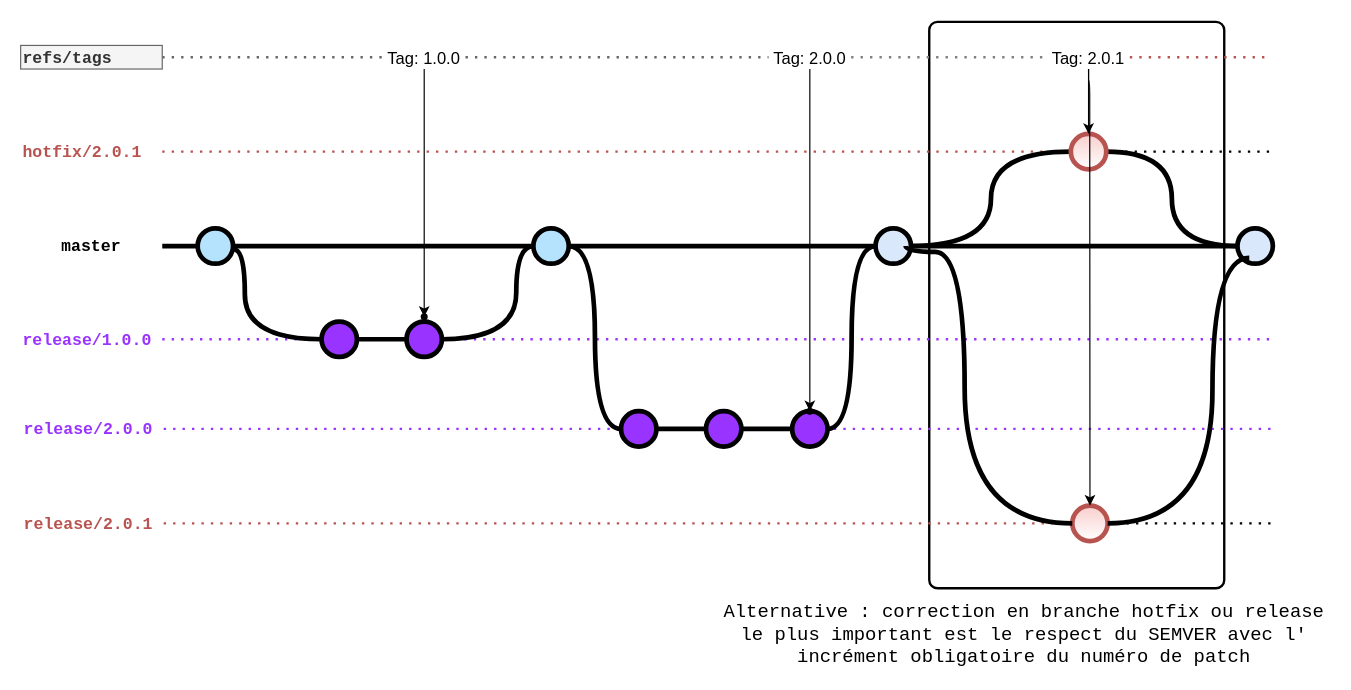
Before: page "GIT - flow CASHMGMT" (4 of 4) of cashmgmt.drawio in jmrablat/diagrams, a draw.io diagram. Source tidied: cells renumbered, new cells numbered last; positions are measured from the earlier drawing's top-left corner, leaving out a move shared by most shapes. Both pictures are drawn from the tidied source at 118%, with x=0, y=0 at pixel (20, 21).
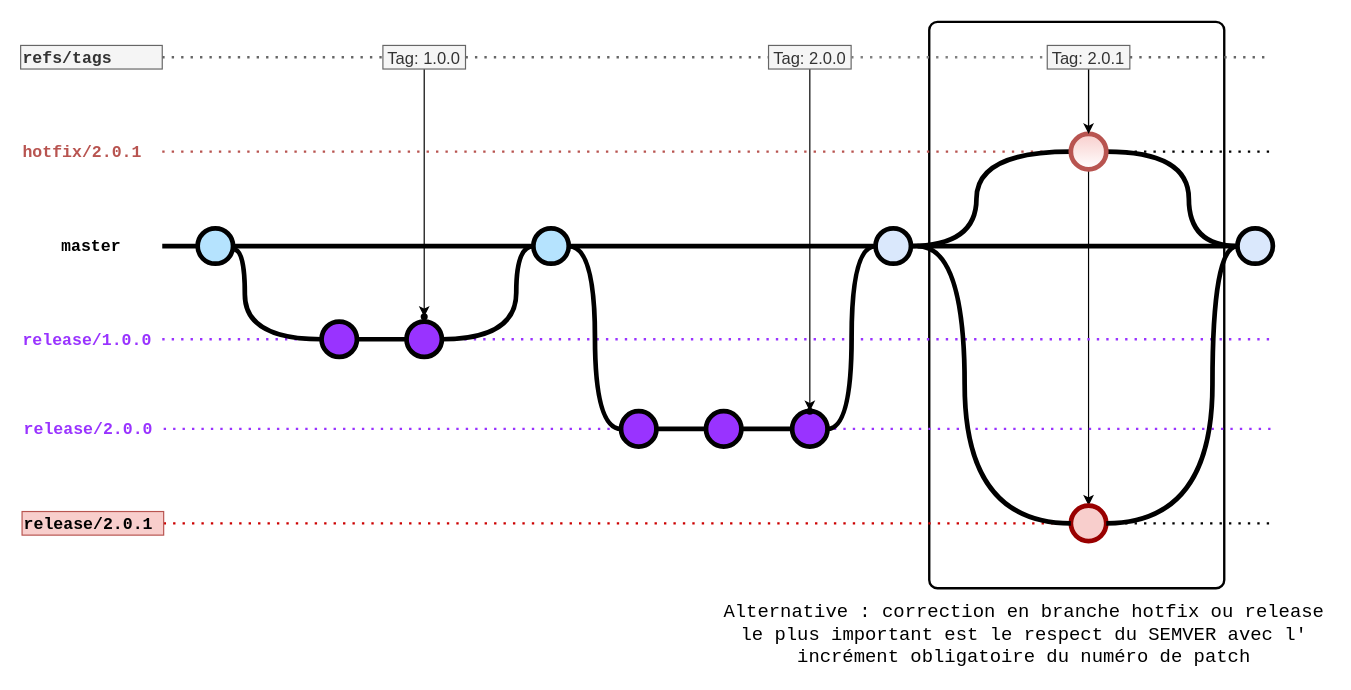
The same page after the edit.

Commit message:
amélioration ergonomique

The change refers to these unchanged cells:
```xml
<mxCell id="10" style="verticalLabelPosition=bottom;verticalAlign=top;html=1;strokeWidth=4;shape=mxgraph.flowchart.on-page_reference;plain-blue;gradientColor=none;strokeColor=#000000;" parent="1" vertex="1">
  <mxGeometry x="724.5" y="175" width="30" height="30" as="geometry" />
</mxCell>
<mxCell id="12" style="verticalLabelPosition=bottom;verticalAlign=top;html=1;strokeWidth=4;shape=mxgraph.flowchart.on-page_reference;plain-blue;gradientColor=none;strokeColor=#000000;" parent="1" vertex="1">
  <mxGeometry x="1031.2" y="175" width="30" height="30" as="geometry" />
</mxCell>
<mxCell id="26" style="verticalLabelPosition=bottom;verticalAlign=top;html=1;strokeWidth=4;shape=mxgraph.flowchart.on-page_reference;plain-blue;gradientColor=#ffffff;strokeColor=#B85450;fillColor=#F8CECC;" parent="1" vertex="1">
  <mxGeometry x="890" y="95" width="30" height="30" as="geometry" />
</mxCell>
```

Change to the diagram source:
```diff
@@
+    <mxCell id="52" style="edgeStyle=orthogonalEdgeStyle;curved=1;rounded=0;jettySize=auto;html=1;exitX=0.5;exitY=1;exitDx=0;exitDy=0;entryX=0.5;entryY=0;entryDx=0;entryDy=0;entryPerimeter=0;" parent="1" edge="1" source="42" target="50">
+      <mxGeometry relative="1" as="geometry">
+        <Array as="points">
+          <mxPoint x="905" y="390" />
+          <mxPoint x="905" y="390" />
+        </Array>
+      </mxGeometry>
+    </mxCell>
@@
     <mxCell id="11" style="edgeStyle=orthogonalEdgeStyle;curved=1;rounded=0;jettySize=auto;html=1;endArrow=none;endFill=0;strokeWidth=4;fontFamily=Courier New;fontSize=16;entryX=0;entryY=0.5;entryDx=0;entryDy=0;entryPerimeter=0;exitX=1;exitY=0.5;exitDx=0;exitDy=0;exitPerimeter=0;" parent="1" edge="1" source="10" target="26">
-      <mxGeometry relative="1" as="geometry" />
+      <mxGeometry relative="1" as="geometry">
+        <Array as="points">
+          <mxPoint x="810" y="190" />
+          <mxPoint x="810" y="110" />
+        </Array>
+      </mxGeometry>
     </mxCell>
@@
     <mxCell id="22" style="edgeStyle=orthogonalEdgeStyle;curved=1;rounded=0;jettySize=auto;html=1;endArrow=none;endFill=0;strokeWidth=4;fontFamily=Courier New;fontSize=16;entryX=0;entryY=0.5;entryDx=0;entryDy=0;entryPerimeter=0;" parent="1" edge="1" source="26" target="12">
-      <mxGeometry relative="1" as="geometry" />
+      <mxGeometry relative="1" as="geometry">
+        <Array as="points">
+          <mxPoint x="990" y="110" />
+          <mxPoint x="990" y="190" />
+        </Array>
+      </mxGeometry>
     </mxCell>
@@
-    <mxCell id="34" style="endArrow=none;dashed=1;html=1;dashPattern=1 3;strokeWidth=2;rounded=0;fontColor=#B85450;exitX=1;exitY=0.5;exitDx=0;exitDy=0;strokeColor=#B85450;startArrow=none;" parent="1" edge="1" source="42">
+    <mxCell id="34" style="endArrow=none;dashed=1;html=1;dashPattern=1 3;strokeWidth=2;rounded=0;fontColor=#B85450;exitX=1;exitY=0.5;exitDx=0;exitDy=0;strokeColor=#666666;startArrow=none;" parent="1" edge="1" source="42">
       <mxGeometry relative="1" as="geometry">
         <mxPoint x="1060" y="30" as="targetPoint" />
       </mxGeometry>
     </mxCell>
@@
-    <mxCell id="36" value="Tag: 1.0.0" style="text;html=1;strokeColor=none;fillColor=none;align=center;verticalAlign=middle;whiteSpace=wrap;overflow=hidden;fontSize=14;" parent="1" vertex="1">
+    <mxCell id="36" value="Tag: 1.0.0" style="text;html=1;strokeColor=#666666;fillColor=#f5f5f5;align=center;verticalAlign=middle;whiteSpace=wrap;overflow=hidden;fontSize=14;fontColor=#333333;" parent="1" vertex="1">
       <mxGeometry x="307" y="20" width="70" height="20" as="geometry" />
     </mxCell>
@@
-    <mxCell id="39" value="Tag: 2.0.0" style="text;html=1;strokeColor=none;fillColor=none;align=center;verticalAlign=middle;whiteSpace=wrap;overflow=hidden;fontSize=14;" parent="1" vertex="1">
+    <mxCell id="39" value="Tag: 2.0.0" style="text;html=1;strokeColor=#666666;fillColor=#f5f5f5;align=center;verticalAlign=middle;whiteSpace=wrap;overflow=hidden;fontSize=14;fontColor=#333333;" parent="1" vertex="1">
       <mxGeometry x="633.8" y="20" width="70" height="20" as="geometry" />
     </mxCell>
@@
-    <mxCell id="41" style="edgeStyle=orthogonalEdgeStyle;curved=1;rounded=0;jettySize=auto;html=1;" parent="1" edge="1" source="42" target="26">
+    <mxCell id="41" style="edgeStyle=orthogonalEdgeStyle;curved=1;rounded=0;jettySize=auto;html=1;entryX=0.5;entryY=0;entryDx=0;entryDy=0;entryPerimeter=0;" parent="1" edge="1" source="42" target="26">
       <mxGeometry relative="1" as="geometry" />
     </mxCell>
-    <mxCell id="42" value="Tag: 2.0.1" style="text;html=1;strokeColor=none;fillColor=none;align=center;verticalAlign=middle;whiteSpace=wrap;overflow=hidden;fontSize=14;" parent="1" vertex="1">
+    <mxCell id="42" value="Tag: 2.0.1" style="text;html=1;strokeColor=#666666;fillColor=#f5f5f5;align=center;verticalAlign=middle;whiteSpace=wrap;overflow=hidden;fontSize=14;fontColor=#333333;" parent="1" vertex="1">
       <mxGeometry x="870" y="20" width="70" height="20" as="geometry" />
     </mxCell>
@@
-    <mxCell id="47" style="endArrow=none;dashed=1;html=1;dashPattern=1 3;strokeWidth=2;rounded=0;fontColor=#B85450;exitX=1;exitY=0.5;exitDx=0;exitDy=0;strokeColor=#B85450;" parent="1" edge="1" source="48" target="50">
+    <mxCell id="47" style="endArrow=none;dashed=1;html=1;dashPattern=1 3;strokeWidth=2;rounded=0;fontColor=#B85450;exitX=1;exitY=0.5;exitDx=0;exitDy=0;strokeColor=#CC0000;" parent="1" edge="1" source="48" target="50">
       <mxGeometry relative="1" as="geometry" />
     </mxCell>
-    <mxCell id="48" value="release/2.0.1" style="text;html=1;strokeColor=none;fillColor=none;align=left;verticalAlign=middle;whiteSpace=wrap;overflow=hidden;fontSize=14;fontStyle=1;fontFamily=Courier New;fontColor=#B85450;" parent="1" vertex="1">
+    <mxCell id="48" value="release/2.0.1" style="text;html=1;strokeColor=#b85450;fillColor=#f8cecc;align=left;verticalAlign=middle;whiteSpace=wrap;overflow=hidden;fontSize=14;fontStyle=1;fontFamily=Courier New;" parent="1" vertex="1">
       <mxGeometry x="1.2" y="415" width="120" height="20" as="geometry" />
     </mxCell>
@@
-    <mxCell id="50" style="verticalLabelPosition=bottom;verticalAlign=top;html=1;strokeWidth=4;shape=mxgraph.flowchart.on-page_reference;plain-blue;gradientColor=#ffffff;strokeColor=#B85450;fillColor=#F8CECC;" parent="1" vertex="1">
-      <mxGeometry x="891.2" y="410" width="30" height="30" as="geometry" />
+    <mxCell id="50" style="verticalLabelPosition=bottom;verticalAlign=top;html=1;strokeWidth=4;shape=mxgraph.flowchart.on-page_reference;strokeColor=#990000;fillColor=#f8cecc;" parent="1" vertex="1">
+      <mxGeometry x="890" y="410" width="30" height="30" as="geometry" />
     </mxCell>
     <mxCell id="51" style="edgeStyle=orthogonalEdgeStyle;curved=1;rounded=0;jettySize=auto;html=1;endArrow=none;endFill=0;strokeWidth=4;fontFamily=Courier New;fontSize=16;entryX=0;entryY=0.5;entryDx=0;entryDy=0;entryPerimeter=0;" parent="1" edge="1" target="50">
       <mxGeometry relative="1" as="geometry">
-        <mxPoint x="750" y="190" as="sourcePoint" />
+        <mxPoint x="760" y="190" as="sourcePoint" />
         <Array as="points">
-          <mxPoint x="800" y="195" />
+          <mxPoint x="800" y="190" />
           <mxPoint x="800" y="425" />
         </Array>
       </mxGeometry>
     </mxCell>
-    <mxCell id="52" style="edgeStyle=orthogonalEdgeStyle;curved=1;rounded=0;jettySize=auto;html=1;exitX=0.5;exitY=1;exitDx=0;exitDy=0;entryX=0.5;entryY=0;entryDx=0;entryDy=0;entryPerimeter=0;" parent="1" edge="1" source="42" target="50">
-      <mxGeometry relative="1" as="geometry">
-        <Array as="points">
-          <mxPoint x="905" y="50" />
-          <mxPoint x="906" y="50" />
-          <mxPoint x="906" y="78" />
-          <mxPoint x="906" y="78" />
-        </Array>
-      </mxGeometry>
-    </mxCell>
-    <mxCell id="53" style="edgeStyle=orthogonalEdgeStyle;curved=1;rounded=0;jettySize=auto;html=1;endArrow=none;endFill=0;strokeWidth=4;fontFamily=Courier New;fontSize=16;entryX=0;entryY=0.5;entryDx=0;entryDy=0;entryPerimeter=0;exitX=1;exitY=0.5;exitDx=0;exitDy=0;exitPerimeter=0;" parent="1" edge="1" source="50">
+    <mxCell id="53" style="edgeStyle=orthogonalEdgeStyle;curved=1;rounded=0;jettySize=auto;html=1;endArrow=none;endFill=0;strokeWidth=4;fontFamily=Courier New;fontSize=16;entryX=0;entryY=0.5;entryDx=0;entryDy=0;entryPerimeter=0;exitX=1;exitY=0.5;exitDx=0;exitDy=0;exitPerimeter=0;" parent="1" edge="1" source="50" target="12">
       <mxGeometry relative="1" as="geometry">
-        <mxPoint x="1041.2" y="200" as="targetPoint" />
         <Array as="points">
           <mxPoint x="1010" y="425" />
-          <mxPoint x="1010" y="200" />
+          <mxPoint x="1010" y="190" />
         </Array>
       </mxGeometry>
     </mxCell>
```
